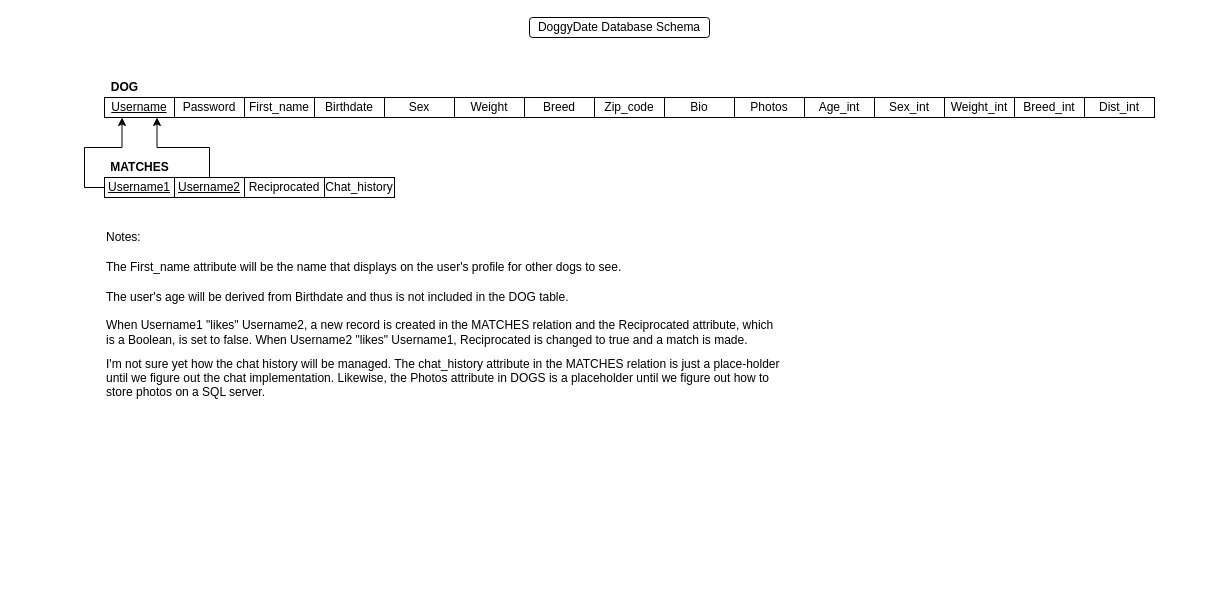
This is Documentation/Database-Schema_DoggyDate.drawio from joshitha14/cosc617group2, a draw.io file, before an edit. Source tidied: cells renumbered, new cells numbered last; positions are measured from the earlier drawing's top-left corner, leaving out a move shared by most shapes. Both pictures are drawn from the tidied source at 100%, with x=0, y=0 at pixel (104, 17).
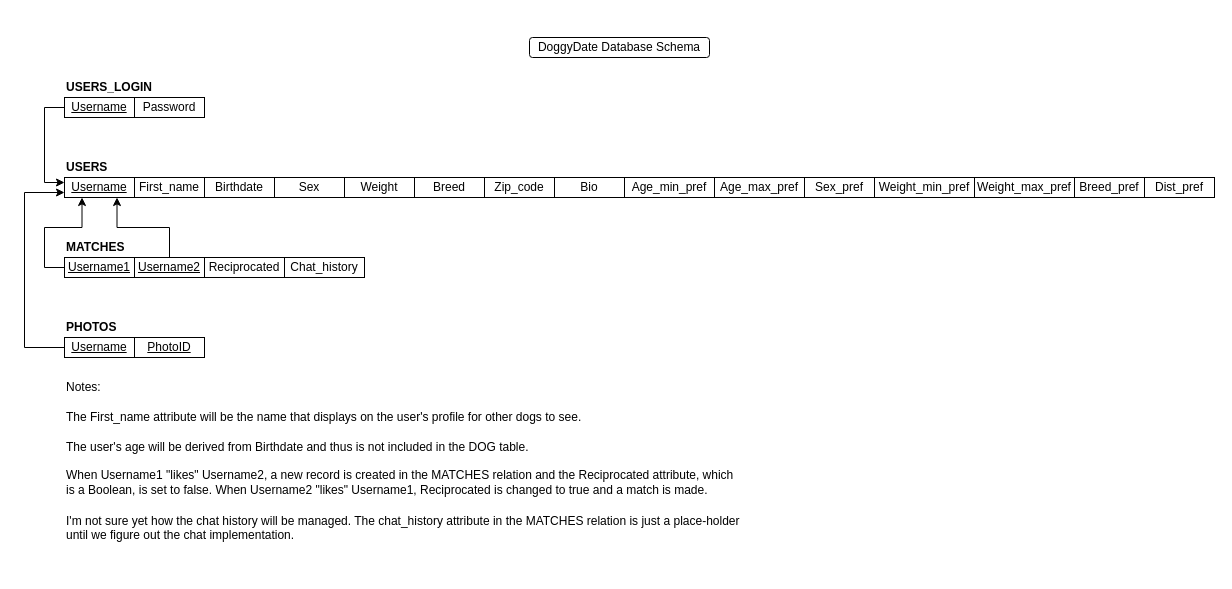
After the change.

Commit message (it also covers changes not shown here):
Updated the Database-ERD and Database-Schema. Created empty folders called Database and Application.

What changed in the source:
```diff
@@
     <mxCell id="2" value="DoggyDate Database Schema" style="rounded=1;whiteSpace=wrap;html=1;" parent="1" vertex="1">
-      <mxGeometry x="425" width="180" height="20" as="geometry" />
+      <mxGeometry x="425" y="20" width="180" height="20" as="geometry" />
     </mxCell>
-    <mxCell id="3" value="Dist_int" style="rounded=0;whiteSpace=wrap;html=1;" parent="1" vertex="1">
-      <mxGeometry x="980" y="80" width="70" height="20" as="geometry" />
+    <mxCell id="3" value="Dist_pref" style="rounded=0;whiteSpace=wrap;html=1;" parent="1" vertex="1">
+      <mxGeometry x="1040" y="160" width="70" height="20" as="geometry" />
     </mxCell>
-    <mxCell id="4" value="Breed_int" style="rounded=0;whiteSpace=wrap;html=1;" parent="1" vertex="1">
-      <mxGeometry x="910" y="80" width="70" height="20" as="geometry" />
+    <mxCell id="4" value="Breed_pref" style="rounded=0;whiteSpace=wrap;html=1;" parent="1" vertex="1">
+      <mxGeometry x="970" y="160" width="70" height="20" as="geometry" />
     </mxCell>
-    <mxCell id="5" value="Weight_int" style="rounded=0;whiteSpace=wrap;html=1;" parent="1" vertex="1">
-      <mxGeometry x="840" y="80" width="70" height="20" as="geometry" />
+    <mxCell id="5" value="Weight_min_pref" style="rounded=0;whiteSpace=wrap;html=1;" parent="1" vertex="1">
+      <mxGeometry x="770" y="160" width="100" height="20" as="geometry" />
     </mxCell>
-    <mxCell id="6" value="Sex_int" style="rounded=0;whiteSpace=wrap;html=1;" parent="1" vertex="1">
-      <mxGeometry x="770" y="80" width="70" height="20" as="geometry" />
+    <mxCell id="6" value="Sex_pref" style="rounded=0;whiteSpace=wrap;html=1;" parent="1" vertex="1">
+      <mxGeometry x="700" y="160" width="70" height="20" as="geometry" />
     </mxCell>
-    <mxCell id="7" value="Age_int" style="rounded=0;whiteSpace=wrap;html=1;" parent="1" vertex="1">
-      <mxGeometry x="700" y="80" width="70" height="20" as="geometry" />
+    <mxCell id="7" value="Age_min_pref" style="rounded=0;whiteSpace=wrap;html=1;" parent="1" vertex="1">
+      <mxGeometry x="520" y="160" width="90" height="20" as="geometry" />
     </mxCell>
+    <mxCell id="31" style="edgeStyle=orthogonalEdgeStyle;rounded=0;jettySize=auto;html=1;exitX=0;exitY=0.5;exitDx=0;exitDy=0;entryX=0;entryY=0.75;entryDx=0;entryDy=0;" parent="1" edge="1" source="8" target="22">
+      <mxGeometry relative="1" as="geometry">
+        <Array as="points">
+          <mxPoint x="-80" y="330" />
+          <mxPoint x="-80" y="175" />
+        </Array>
+      </mxGeometry>
+    </mxCell>
-    <mxCell id="8" value="Photos" style="rounded=0;whiteSpace=wrap;html=1;" parent="1" vertex="1">
-      <mxGeometry x="630" y="80" width="70" height="20" as="geometry" />
+    <mxCell id="8" value="&lt;u&gt;Username&lt;/u&gt;" style="rounded=0;whiteSpace=wrap;html=1;" parent="1" vertex="1">
+      <mxGeometry x="-40" y="320" width="70" height="20" as="geometry" />
     </mxCell>
     <mxCell id="9" value="Bio" style="rounded=0;whiteSpace=wrap;html=1;" parent="1" vertex="1">
-      <mxGeometry x="560" y="80" width="70" height="20" as="geometry" />
+      <mxGeometry x="450" y="160" width="70" height="20" as="geometry" />
     </mxCell>
     <mxCell id="10" value="Breed" style="rounded=0;whiteSpace=wrap;html=1;" parent="1" vertex="1">
-      <mxGeometry x="420" y="80" width="70" height="20" as="geometry" />
+      <mxGeometry x="310" y="160" width="70" height="20" as="geometry" />
     </mxCell>
     <mxCell id="11" value="Weight" style="rounded=0;whiteSpace=wrap;html=1;" parent="1" vertex="1">
-      <mxGeometry x="350" y="80" width="70" height="20" as="geometry" />
+      <mxGeometry x="240" y="160" width="70" height="20" as="geometry" />
     </mxCell>
     <mxCell id="12" value="Sex" style="rounded=0;whiteSpace=wrap;html=1;" parent="1" vertex="1">
-      <mxGeometry x="280" y="80" width="70" height="20" as="geometry" />
+      <mxGeometry x="170" y="160" width="70" height="20" as="geometry" />
     </mxCell>
     <mxCell id="13" value="Zip_code" style="rounded=0;whiteSpace=wrap;html=1;" parent="1" vertex="1">
-      <mxGeometry x="490" y="80" width="70" height="20" as="geometry" />
+      <mxGeometry x="380" y="160" width="70" height="20" as="geometry" />
     </mxCell>
     <mxCell id="14" value="Chat_history" style="rounded=0;whiteSpace=wrap;html=1;" parent="1" vertex="1">
-      <mxGeometry x="220" y="160" width="70" height="20" as="geometry" />
+      <mxGeometry x="180" y="240" width="80" height="20" as="geometry" />
     </mxCell>
@@
     <mxCell id="16" value="&lt;u&gt;Username2&lt;/u&gt;" style="rounded=0;whiteSpace=wrap;html=1;" parent="1" vertex="1">
-      <mxGeometry x="70" y="160" width="70" height="20" as="geometry" />
+      <mxGeometry x="30" y="240" width="70" height="20" as="geometry" />
     </mxCell>
@@
     <mxCell id="18" value="&lt;u&gt;Username1&lt;/u&gt;" style="rounded=0;whiteSpace=wrap;html=1;" parent="1" vertex="1">
-      <mxGeometry y="160" width="70" height="20" as="geometry" />
+      <mxGeometry x="-40" y="240" width="70" height="20" as="geometry" />
     </mxCell>
     <mxCell id="19" value="Birthdate" style="rounded=0;whiteSpace=wrap;html=1;" parent="1" vertex="1">
-      <mxGeometry x="210" y="80" width="70" height="20" as="geometry" />
+      <mxGeometry x="100" y="160" width="70" height="20" as="geometry" />
     </mxCell>
     <mxCell id="20" value="First_name" style="rounded=0;whiteSpace=wrap;html=1;" parent="1" vertex="1">
-      <mxGeometry x="140" y="80" width="70" height="20" as="geometry" />
+      <mxGeometry x="30" y="160" width="70" height="20" as="geometry" />
     </mxCell>
-    <mxCell id="21" value="Password" style="rounded=0;whiteSpace=wrap;html=1;" parent="1" vertex="1">
-      <mxGeometry x="70" y="80" width="70" height="20" as="geometry" />
-    </mxCell>
     <mxCell id="22" value="&lt;u&gt;Username&lt;/u&gt;" style="rounded=0;whiteSpace=wrap;html=1;" parent="1" vertex="1">
-      <mxGeometry y="80" width="70" height="20" as="geometry" />
+      <mxGeometry x="-40" y="160" width="70" height="20" as="geometry" />
     </mxCell>
-    <mxCell id="23" value="&lt;b&gt;DOG&lt;/b&gt;" style="text;html=1;align=center;verticalAlign=middle;" parent="1" vertex="1">
-      <mxGeometry y="60" width="40" height="20" as="geometry" />
+    <mxCell id="23" value="&lt;b&gt;USERS&lt;/b&gt;" style="text;html=1;align=left;verticalAlign=middle;" parent="1" vertex="1">
+      <mxGeometry x="-40" y="140" width="60" height="20" as="geometry" />
     </mxCell>
-    <mxCell id="24" value="&lt;b&gt;MATCHES&lt;/b&gt;" style="text;html=1;align=center;verticalAlign=middle;" parent="1" vertex="1">
-      <mxGeometry y="140" width="70" height="20" as="geometry" />
+    <mxCell id="24" value="&lt;b&gt;MATCHES&lt;/b&gt;" style="text;html=1;align=left;verticalAlign=middle;" parent="1" vertex="1">
+      <mxGeometry x="-40" y="220" width="70" height="20" as="geometry" />
     </mxCell>
     <mxCell id="25" value="Reciprocated" style="rounded=0;whiteSpace=wrap;html=1;" parent="1" vertex="1">
-      <mxGeometry x="140" y="160" width="80" height="20" as="geometry" />
+      <mxGeometry x="100" y="240" width="80" height="20" as="geometry" />
     </mxCell>
     <mxCell id="26" value="When Username1 &quot;likes&quot; Username2, a new record is created in the MATCHES relation and the Reciprocated attribute, which is a Boolean, is set to false. When Username2 &quot;likes&quot; Username1, Reciprocated is changed to true and a match is made.&amp;nbsp;" style="text;html=1;strokeColor=none;fillColor=none;align=left;verticalAlign=middle;whiteSpace=wrap;rounded=0;" parent="1" vertex="1">
-      <mxGeometry y="300" width="675" height="30" as="geometry" />
+      <mxGeometry x="-40" y="450" width="675" height="30" as="geometry" />
     </mxCell>
     <mxCell id="27" value="The user's age will be derived from Birthdate and thus is not included in the DOG table." style="text;html=1;strokeColor=none;fillColor=none;align=left;verticalAlign=middle;whiteSpace=wrap;rounded=0;" parent="1" vertex="1">
-      <mxGeometry y="270" width="515" height="20" as="geometry" />
+      <mxGeometry x="-40" y="420" width="515" height="20" as="geometry" />
     </mxCell>
     <mxCell id="28" value="Notes:" style="text;html=1;align=left;verticalAlign=middle;" parent="1" vertex="1">
-      <mxGeometry y="210" width="50" height="20" as="geometry" />
+      <mxGeometry x="-40" y="360" width="50" height="20" as="geometry" />
     </mxCell>
     <mxCell id="29" value="The First_name attribute will be the name that displays on the user's profile for other dogs to see." style="text;html=1;align=left;verticalAlign=middle;" parent="1" vertex="1">
-      <mxGeometry y="240" width="530" height="20" as="geometry" />
+      <mxGeometry x="-40" y="390" width="530" height="20" as="geometry" />
     </mxCell>
-    <mxCell id="30" value="I'm not sure yet how the chat history will be managed. The chat_history attribute in the MATCHES relation is just a place-holder until we figure out the chat implementation. Likewise, the Photos attribute in DOGS is a placeholder until we figure out how to store photos on a SQL server.&amp;nbsp;&lt;br&gt;&lt;br&gt;&amp;nbsp;&amp;nbsp;" style="text;html=1;strokeColor=none;fillColor=none;align=left;verticalAlign=middle;whiteSpace=wrap;rounded=0;" parent="1" vertex="1">
-      <mxGeometry y="360" width="680" height="30" as="geometry" />
+    <mxCell id="30" value="I'm not sure yet how the chat history will be managed. The chat_history attribute in the MATCHES relation is just a place-holder until we figure out the chat implementation.&lt;br&gt;&lt;br&gt;&amp;nbsp;&amp;nbsp;" style="text;html=1;strokeColor=none;fillColor=none;align=left;verticalAlign=middle;whiteSpace=wrap;rounded=0;" parent="1" vertex="1">
+      <mxGeometry x="-40" y="510" width="680" height="30" as="geometry" />
     </mxCell>
+    <mxCell id="21" value="Password" style="rounded=0;whiteSpace=wrap;html=1;" parent="1" vertex="1">
+      <mxGeometry x="30" y="80" width="70" height="20" as="geometry" />
+    </mxCell>
+    <mxCell id="32" style="edgeStyle=orthogonalEdgeStyle;rounded=0;jettySize=auto;html=1;exitX=0;exitY=0.5;exitDx=0;exitDy=0;entryX=0;entryY=0.25;entryDx=0;entryDy=0;" parent="1" edge="1" source="33" target="22">
+      <mxGeometry relative="1" as="geometry" />
+    </mxCell>
+    <mxCell id="33" value="&lt;u&gt;Username&lt;/u&gt;" style="rounded=0;whiteSpace=wrap;html=1;" parent="1" vertex="1">
+      <mxGeometry x="-40" y="80" width="70" height="20" as="geometry" />
+    </mxCell>
+    <mxCell id="34" value="&lt;b&gt;USERS_LOGIN&lt;/b&gt;" style="text;html=1;align=left;verticalAlign=middle;" parent="1" vertex="1">
+      <mxGeometry x="-40" y="60" width="100" height="20" as="geometry" />
+    </mxCell>
+    <mxCell id="35" value="&lt;u&gt;PhotoID&lt;/u&gt;" style="rounded=0;whiteSpace=wrap;html=1;" parent="1" vertex="1">
+      <mxGeometry x="30" y="320" width="70" height="20" as="geometry" />
+    </mxCell>
+    <mxCell id="36" value="&lt;b&gt;PHOTOS&lt;/b&gt;" style="text;html=1;strokeColor=none;fillColor=none;align=left;verticalAlign=middle;whiteSpace=wrap;rounded=0;" parent="1" vertex="1">
+      <mxGeometry x="-40" y="300" width="40" height="20" as="geometry" />
+    </mxCell>
+    <mxCell id="37" value="Age_max_pref" style="rounded=0;whiteSpace=wrap;html=1;" parent="1" vertex="1">
+      <mxGeometry x="610" y="160" width="90" height="20" as="geometry" />
+    </mxCell>
+    <mxCell id="38" value="Weight_max_pref" style="rounded=0;whiteSpace=wrap;html=1;" parent="1" vertex="1">
+      <mxGeometry x="870" y="160" width="100" height="20" as="geometry" />
+    </mxCell>
```
